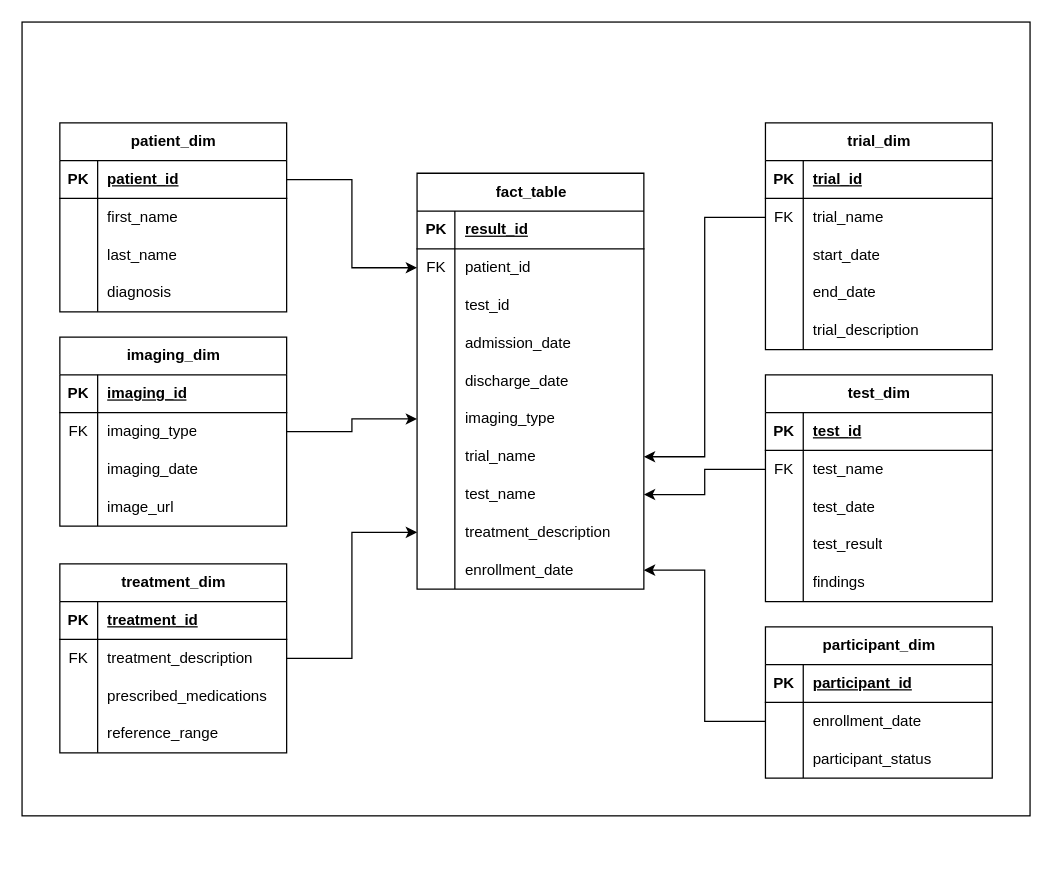
Before: page "Reformed_Schema" (2 of 3) of Lillian_Hospital.drawio in adesam1998/Lillian-Hospital, a draw.io diagram. Source tidied: cells renumbered, new cells numbered last; positions are measured from the earlier drawing's top-left corner, leaving out a move shared by most shapes. Both pictures are drawn from the tidied source at 126%, with x=0, y=0 at pixel (21, 21).
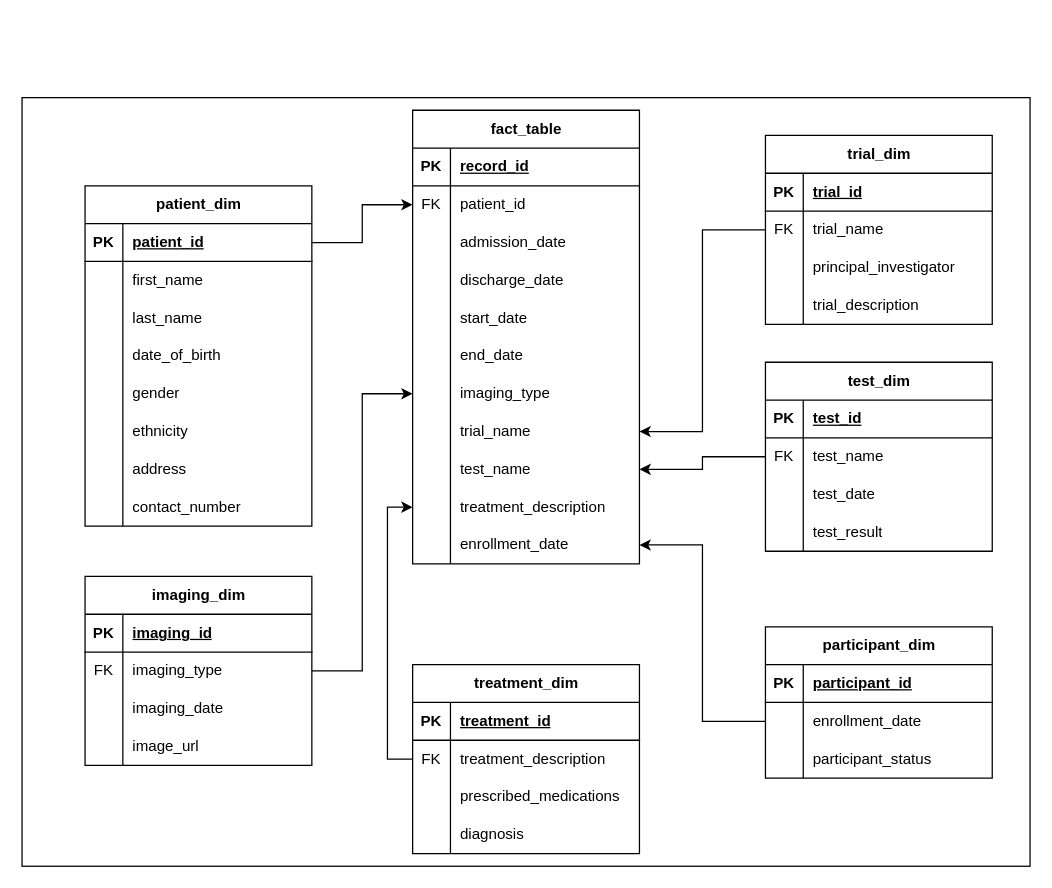
The same page after the edit.

Unchanged cells that the change refers to:
```xml
<mxCell id="4" style="shape=tableRow;horizontal=0;startSize=0;swimlaneHead=0;swimlaneBody=0;fillColor=none;top=0;left=0;right=0;bottom=1;" parent="3" vertex="1">
  <mxGeometry y="30" width="180" height="30" as="geometry" />
</mxCell>
```

Diff of the diagram source:
```diff
@@
     <mxCell id="2" style="rounded=0;whiteSpace=wrap;html=1;" parent="1" vertex="1">
-      <mxGeometry width="800" height="630" as="geometry" />
+      <mxGeometry y="60" width="800" height="610" as="geometry" />
     </mxCell>
     <mxCell id="3" value="fact_table" style="shape=table;startSize=30;childLayout=tableLayout;rowLines=0;fontStyle=1;align=center;html=1;" parent="1" vertex="1">
-      <mxGeometry x="313.5" y="120" width="180" height="330" as="geometry" />
+      <mxGeometry x="310" y="70" width="180" height="360" as="geometry" />
     </mxCell>
@@
-    <mxCell id="6" value="result_id" style="shape=partialRectangle;fillColor=none;top=0;left=0;bottom=0;right=0;align=left;spacingLeft=6;fontStyle=5;overflow=hidden;whiteSpace=wrap;html=1;" parent="4" vertex="1">
+    <mxCell id="6" value="record_id" style="shape=partialRectangle;fillColor=none;top=0;left=0;bottom=0;right=0;align=left;spacingLeft=6;fontStyle=5;overflow=hidden;whiteSpace=wrap;html=1;" parent="4" vertex="1">
       <mxGeometry x="30" width="150" height="30" as="geometry" />
     </mxCell>
@@
-    <mxCell id="10" style="shape=tableRow;horizontal=0;startSize=0;swimlaneHead=0;swimlaneBody=0;fillColor=none;top=0;left=0;right=0;bottom=0;" parent="3" vertex="1">
-      <mxGeometry y="90" width="180" height="30" as="geometry" />
-    </mxCell>
-    <mxCell id="11" style="shape=partialRectangle;fillColor=none;top=0;left=0;bottom=0;right=0;overflow=hidden;whiteSpace=wrap;html=1;" parent="10" vertex="1">
-      <mxGeometry width="30" height="30" as="geometry" />
-    </mxCell>
-    <mxCell id="12" value="test_id" style="shape=partialRectangle;fillColor=none;top=0;left=0;bottom=0;right=0;align=left;spacingLeft=6;overflow=hidden;whiteSpace=wrap;html=1;" parent="10" vertex="1">
-      <mxGeometry x="30" width="150" height="30" as="geometry" />
-    </mxCell>
     <mxCell id="13" style="shape=tableRow;horizontal=0;startSize=0;swimlaneHead=0;swimlaneBody=0;fillColor=none;top=0;left=0;right=0;bottom=0;" parent="3" vertex="1">
-      <mxGeometry y="120" width="180" height="30" as="geometry" />
+      <mxGeometry y="90" width="180" height="30" as="geometry" />
     </mxCell>
@@
     <mxCell id="16" style="shape=tableRow;horizontal=0;startSize=0;swimlaneHead=0;swimlaneBody=0;fillColor=none;top=0;left=0;right=0;bottom=0;" parent="3" vertex="1">
-      <mxGeometry y="150" width="180" height="30" as="geometry" />
+      <mxGeometry y="120" width="180" height="30" as="geometry" />
     </mxCell>
@@
+    <mxCell id="121" style="shape=tableRow;horizontal=0;startSize=0;swimlaneHead=0;swimlaneBody=0;fillColor=none;top=0;left=0;right=0;bottom=0;" parent="3" vertex="1">
+      <mxGeometry y="150" width="180" height="30" as="geometry" />
+    </mxCell>
+    <mxCell id="122" style="shape=partialRectangle;fillColor=none;top=0;left=0;bottom=0;right=0;overflow=hidden;whiteSpace=wrap;html=1;" parent="121" vertex="1">
+      <mxGeometry width="30" height="30" as="geometry" />
+    </mxCell>
+    <mxCell id="59" value="start_date" style="shape=partialRectangle;fillColor=none;top=0;left=0;bottom=0;right=0;align=left;spacingLeft=6;overflow=hidden;whiteSpace=wrap;html=1;" parent="121" vertex="1">
+      <mxGeometry x="30" width="150" height="30" as="geometry" />
+    </mxCell>
+    <mxCell id="123" style="shape=tableRow;horizontal=0;startSize=0;swimlaneHead=0;swimlaneBody=0;fillColor=none;top=0;left=0;right=0;bottom=0;" parent="3" vertex="1">
+      <mxGeometry y="180" width="180" height="30" as="geometry" />
+    </mxCell>
+    <mxCell id="124" style="shape=partialRectangle;fillColor=none;top=0;left=0;bottom=0;right=0;overflow=hidden;whiteSpace=wrap;html=1;" parent="123" vertex="1">
+      <mxGeometry width="30" height="30" as="geometry" />
+    </mxCell>
+    <mxCell id="62" value="end_date" style="shape=partialRectangle;fillColor=none;top=0;left=0;bottom=0;right=0;align=left;spacingLeft=6;overflow=hidden;whiteSpace=wrap;html=1;" parent="123" vertex="1">
+      <mxGeometry x="30" width="150" height="30" as="geometry" />
+    </mxCell>
     <mxCell id="19" style="shape=tableRow;horizontal=0;startSize=0;swimlaneHead=0;swimlaneBody=0;fillColor=none;points=[[0,0.5],[1,0.5]];portConstraint=eastwest;top=0;left=0;right=0;bottom=0;" parent="3" vertex="1">
-      <mxGeometry y="180" width="180" height="30" as="geometry" />
+      <mxGeometry y="210" width="180" height="30" as="geometry" />
     </mxCell>
@@
     <mxCell id="22" style="shape=tableRow;horizontal=0;startSize=0;swimlaneHead=0;swimlaneBody=0;fillColor=none;points=[[0,0.5],[1,0.5]];portConstraint=eastwest;top=0;left=0;right=0;bottom=0;" parent="3" vertex="1">
-      <mxGeometry y="210" width="180" height="30" as="geometry" />
+      <mxGeometry y="240" width="180" height="30" as="geometry" />
     </mxCell>
@@
     <mxCell id="25" style="shape=tableRow;horizontal=0;startSize=0;swimlaneHead=0;swimlaneBody=0;fillColor=none;points=[[0,0.5],[1,0.5]];portConstraint=eastwest;top=0;left=0;right=0;bottom=0;" parent="3" vertex="1">
-      <mxGeometry y="240" width="180" height="30" as="geometry" />
+      <mxGeometry y="270" width="180" height="30" as="geometry" />
     </mxCell>
@@
     <mxCell id="28" style="shape=tableRow;horizontal=0;startSize=0;swimlaneHead=0;swimlaneBody=0;fillColor=none;points=[[0,0.5],[1,0.5]];portConstraint=eastwest;top=0;left=0;right=0;bottom=0;" parent="3" vertex="1">
-      <mxGeometry y="270" width="180" height="30" as="geometry" />
+      <mxGeometry y="300" width="180" height="30" as="geometry" />
     </mxCell>
@@
     <mxCell id="31" style="shape=tableRow;horizontal=0;startSize=0;swimlaneHead=0;swimlaneBody=0;fillColor=none;points=[[0,0.5],[1,0.5]];portConstraint=eastwest;top=0;left=0;right=0;bottom=0;" parent="3" vertex="1">
-      <mxGeometry y="300" width="180" height="30" as="geometry" />
+      <mxGeometry y="330" width="180" height="30" as="geometry" />
     </mxCell>
@@
     <mxCell id="34" value="test_dim" style="shape=table;startSize=30;childLayout=tableLayout;rowLines=0;fontStyle=1;align=center;html=1;" parent="1" vertex="1">
-      <mxGeometry x="590" y="280" width="180" height="180" as="geometry" />
+      <mxGeometry x="590" y="270" width="180" height="150" as="geometry" />
     </mxCell>
@@
-    <mxCell id="47" style="shape=tableRow;horizontal=0;startSize=0;swimlaneHead=0;swimlaneBody=0;fillColor=none;top=0;left=0;right=0;bottom=0;" parent="34" vertex="1">
-      <mxGeometry y="150" width="180" height="30" as="geometry" />
-    </mxCell>
-    <mxCell id="48" style="shape=partialRectangle;fillColor=none;top=0;left=0;bottom=0;right=0;overflow=hidden;whiteSpace=wrap;html=1;" parent="47" vertex="1">
-      <mxGeometry width="30" height="30" as="geometry" />
-    </mxCell>
-    <mxCell id="49" value="findings" style="shape=partialRectangle;fillColor=none;top=0;left=0;bottom=0;right=0;align=left;spacingLeft=6;overflow=hidden;whiteSpace=wrap;html=1;" parent="47" vertex="1">
-      <mxGeometry x="30" width="150" height="30" as="geometry" />
-    </mxCell>
     <mxCell id="50" value="trial_dim" style="shape=table;startSize=30;childLayout=tableLayout;rowLines=0;fontStyle=1;align=center;html=1;" parent="1" vertex="1">
-      <mxGeometry x="590" y="80" width="180" height="180" as="geometry" />
+      <mxGeometry x="590" y="90" width="180" height="150" as="geometry" />
     </mxCell>
@@
-    <mxCell id="57" style="shape=tableRow;horizontal=0;startSize=0;swimlaneHead=0;swimlaneBody=0;fillColor=none;top=0;left=0;right=0;bottom=0;" parent="50" vertex="1">
-      <mxGeometry y="90" width="180" height="30" as="geometry" />
-    </mxCell>
-    <mxCell id="58" style="shape=partialRectangle;fillColor=none;top=0;left=0;bottom=0;right=0;overflow=hidden;whiteSpace=wrap;html=1;" parent="57" vertex="1">
-      <mxGeometry width="30" height="30" as="geometry" />
-    </mxCell>
-    <mxCell id="59" value="start_date" style="shape=partialRectangle;fillColor=none;top=0;left=0;bottom=0;right=0;align=left;spacingLeft=6;overflow=hidden;whiteSpace=wrap;html=1;" parent="57" vertex="1">
-      <mxGeometry x="30" width="150" height="30" as="geometry" />
-    </mxCell>
-    <mxCell id="60" style="shape=tableRow;horizontal=0;startSize=0;swimlaneHead=0;swimlaneBody=0;fillColor=none;top=0;left=0;right=0;bottom=0;" parent="50" vertex="1">
-      <mxGeometry y="120" width="180" height="30" as="geometry" />
-    </mxCell>
-    <mxCell id="61" style="shape=partialRectangle;fillColor=none;top=0;left=0;bottom=0;right=0;overflow=hidden;whiteSpace=wrap;html=1;" parent="60" vertex="1">
-      <mxGeometry width="30" height="30" as="geometry" />
-    </mxCell>
-    <mxCell id="62" value="end_date" style="shape=partialRectangle;fillColor=none;top=0;left=0;bottom=0;right=0;align=left;spacingLeft=6;overflow=hidden;whiteSpace=wrap;html=1;" parent="60" vertex="1">
-      <mxGeometry x="30" width="150" height="30" as="geometry" />
-    </mxCell>
+    <mxCell id="125" style="shape=tableRow;horizontal=0;startSize=0;swimlaneHead=0;swimlaneBody=0;fillColor=none;top=0;left=0;right=0;bottom=0;" parent="50" vertex="1">
+      <mxGeometry y="90" width="180" height="30" as="geometry" />
+    </mxCell>
+    <mxCell id="126" style="shape=partialRectangle;fillColor=none;top=0;left=0;bottom=0;right=0;overflow=hidden;whiteSpace=wrap;html=1;" parent="125" vertex="1">
+      <mxGeometry width="30" height="30" as="geometry" />
+    </mxCell>
+    <mxCell id="127" value="principal_investigator" style="shape=partialRectangle;fillColor=none;top=0;left=0;bottom=0;right=0;align=left;spacingLeft=6;overflow=hidden;whiteSpace=wrap;html=1;" parent="125" vertex="1">
+      <mxGeometry x="30" width="150" height="30" as="geometry" />
+    </mxCell>
     <mxCell id="63" style="shape=tableRow;horizontal=0;startSize=0;swimlaneHead=0;swimlaneBody=0;fillColor=none;top=0;left=0;right=0;bottom=0;" parent="50" vertex="1">
-      <mxGeometry y="150" width="180" height="30" as="geometry" />
+      <mxGeometry y="120" width="180" height="30" as="geometry" />
     </mxCell>
@@
     <mxCell id="66" value="imaging_dim" style="shape=table;startSize=30;childLayout=tableLayout;rowLines=0;fontStyle=1;align=center;html=1;" parent="1" vertex="1">
-      <mxGeometry x="30" y="250" width="180" height="150" as="geometry" />
+      <mxGeometry x="50" y="440" width="180" height="150" as="geometry" />
     </mxCell>
@@
     <mxCell id="79" value="treatment_dim" style="shape=table;startSize=30;childLayout=tableLayout;rowLines=0;fontStyle=1;align=center;html=1;" parent="1" vertex="1">
-      <mxGeometry x="30" y="430" width="180" height="150" as="geometry" />
+      <mxGeometry x="310" y="510" width="180" height="150" as="geometry" />
     </mxCell>
@@
-    <mxCell id="89" style="shape=tableRow;horizontal=0;startSize=0;swimlaneHead=0;swimlaneBody=0;fillColor=none;top=0;left=0;right=0;bottom=0;" parent="79" vertex="1">
-      <mxGeometry y="120" width="180" height="30" as="geometry" />
-    </mxCell>
-    <mxCell id="90" style="shape=partialRectangle;fillColor=none;top=0;left=0;bottom=0;right=0;overflow=hidden;whiteSpace=wrap;html=1;" parent="89" vertex="1">
-      <mxGeometry width="30" height="30" as="geometry" />
-    </mxCell>
-    <mxCell id="91" value="reference_range" style="shape=partialRectangle;fillColor=none;top=0;left=0;bottom=0;right=0;align=left;spacingLeft=6;overflow=hidden;whiteSpace=wrap;html=1;" parent="89" vertex="1">
-      <mxGeometry x="30" width="150" height="30" as="geometry" />
-    </mxCell>
+    <mxCell id="128" style="shape=tableRow;horizontal=0;startSize=0;swimlaneHead=0;swimlaneBody=0;fillColor=none;top=0;left=0;right=0;bottom=0;" parent="79" vertex="1">
+      <mxGeometry y="120" width="180" height="30" as="geometry" />
+    </mxCell>
+    <mxCell id="129" style="shape=partialRectangle;fillColor=none;top=0;left=0;bottom=0;right=0;overflow=hidden;whiteSpace=wrap;html=1;" parent="128" vertex="1">
+      <mxGeometry width="30" height="30" as="geometry" />
+    </mxCell>
+    <mxCell id="104" value="diagnosis" style="shape=partialRectangle;fillColor=none;top=0;left=0;bottom=0;right=0;align=left;spacingLeft=6;overflow=hidden;whiteSpace=wrap;html=1;" parent="128" vertex="1">
+      <mxGeometry x="30" width="150" height="30" as="geometry" />
+    </mxCell>
     <mxCell id="92" value="patient_dim" style="shape=table;startSize=30;childLayout=tableLayout;rowLines=0;fontStyle=1;align=center;html=1;" parent="1" vertex="1">
-      <mxGeometry x="30" y="80" width="180" height="150" as="geometry" />
+      <mxGeometry x="50" y="130" width="180" height="270" as="geometry" />
     </mxCell>
@@
-    <mxCell id="102" style="shape=tableRow;horizontal=0;startSize=0;swimlaneHead=0;swimlaneBody=0;fillColor=none;top=0;left=0;right=0;bottom=0;" parent="92" vertex="1">
-      <mxGeometry y="120" width="180" height="30" as="geometry" />
-    </mxCell>
-    <mxCell id="103" style="shape=partialRectangle;fillColor=none;top=0;left=0;bottom=0;right=0;overflow=hidden;whiteSpace=wrap;html=1;" parent="102" vertex="1">
-      <mxGeometry width="30" height="30" as="geometry" />
-    </mxCell>
-    <mxCell id="104" value="diagnosis" style="shape=partialRectangle;fillColor=none;top=0;left=0;bottom=0;right=0;align=left;spacingLeft=6;overflow=hidden;whiteSpace=wrap;html=1;" parent="102" vertex="1">
-      <mxGeometry x="30" width="150" height="30" as="geometry" />
-    </mxCell>
+    <mxCell id="130" style="shape=tableRow;horizontal=0;startSize=0;swimlaneHead=0;swimlaneBody=0;fillColor=none;top=0;left=0;right=0;bottom=0;" parent="92" vertex="1">
+      <mxGeometry y="120" width="180" height="30" as="geometry" />
+    </mxCell>
+    <mxCell id="131" style="shape=partialRectangle;fillColor=none;top=0;left=0;bottom=0;right=0;overflow=hidden;whiteSpace=wrap;html=1;" parent="130" vertex="1">
+      <mxGeometry width="30" height="30" as="geometry" />
+    </mxCell>
+    <mxCell id="132" value="date_of_birth" style="shape=partialRectangle;fillColor=none;top=0;left=0;bottom=0;right=0;align=left;spacingLeft=6;overflow=hidden;whiteSpace=wrap;html=1;" parent="130" vertex="1">
+      <mxGeometry x="30" width="150" height="30" as="geometry" />
+    </mxCell>
+    <mxCell id="133" style="shape=tableRow;horizontal=0;startSize=0;swimlaneHead=0;swimlaneBody=0;fillColor=none;top=0;left=0;right=0;bottom=0;" parent="92" vertex="1">
+      <mxGeometry y="150" width="180" height="30" as="geometry" />
+    </mxCell>
+    <mxCell id="134" style="shape=partialRectangle;fillColor=none;top=0;left=0;bottom=0;right=0;overflow=hidden;whiteSpace=wrap;html=1;" parent="133" vertex="1">
+      <mxGeometry width="30" height="30" as="geometry" />
+    </mxCell>
+    <mxCell id="135" value="gender" style="shape=partialRectangle;fillColor=none;top=0;left=0;bottom=0;right=0;align=left;spacingLeft=6;overflow=hidden;whiteSpace=wrap;html=1;" parent="133" vertex="1">
+      <mxGeometry x="30" width="150" height="30" as="geometry" />
+    </mxCell>
+    <mxCell id="136" style="shape=tableRow;horizontal=0;startSize=0;swimlaneHead=0;swimlaneBody=0;fillColor=none;top=0;left=0;right=0;bottom=0;" parent="92" vertex="1">
+      <mxGeometry y="180" width="180" height="30" as="geometry" />
+    </mxCell>
+    <mxCell id="137" style="shape=partialRectangle;fillColor=none;top=0;left=0;bottom=0;right=0;overflow=hidden;whiteSpace=wrap;html=1;" parent="136" vertex="1">
+      <mxGeometry width="30" height="30" as="geometry" />
+    </mxCell>
+    <mxCell id="138" value="ethnicity" style="shape=partialRectangle;fillColor=none;top=0;left=0;bottom=0;right=0;align=left;spacingLeft=6;overflow=hidden;whiteSpace=wrap;html=1;" parent="136" vertex="1">
+      <mxGeometry x="30" width="150" height="30" as="geometry" />
+    </mxCell>
+    <mxCell id="139" style="shape=tableRow;horizontal=0;startSize=0;swimlaneHead=0;swimlaneBody=0;fillColor=none;top=0;left=0;right=0;bottom=0;" parent="92" vertex="1">
+      <mxGeometry y="210" width="180" height="30" as="geometry" />
+    </mxCell>
+    <mxCell id="140" style="shape=partialRectangle;fillColor=none;top=0;left=0;bottom=0;right=0;overflow=hidden;whiteSpace=wrap;html=1;" parent="139" vertex="1">
+      <mxGeometry width="30" height="30" as="geometry" />
+    </mxCell>
+    <mxCell id="141" value="address" style="shape=partialRectangle;fillColor=none;top=0;left=0;bottom=0;right=0;align=left;spacingLeft=6;overflow=hidden;whiteSpace=wrap;html=1;" parent="139" vertex="1">
+      <mxGeometry x="30" width="150" height="30" as="geometry" />
+    </mxCell>
+    <mxCell id="142" style="shape=tableRow;horizontal=0;startSize=0;swimlaneHead=0;swimlaneBody=0;fillColor=none;top=0;left=0;right=0;bottom=0;" parent="92" vertex="1">
+      <mxGeometry y="240" width="180" height="30" as="geometry" />
+    </mxCell>
+    <mxCell id="143" style="shape=partialRectangle;fillColor=none;top=0;left=0;bottom=0;right=0;overflow=hidden;whiteSpace=wrap;html=1;" parent="142" vertex="1">
+      <mxGeometry width="30" height="30" as="geometry" />
+    </mxCell>
+    <mxCell id="144" value="contact_number" style="shape=partialRectangle;fillColor=none;top=0;left=0;bottom=0;right=0;align=left;spacingLeft=6;overflow=hidden;whiteSpace=wrap;html=1;" parent="142" vertex="1">
+      <mxGeometry x="30" width="150" height="30" as="geometry" />
+    </mxCell>
```
